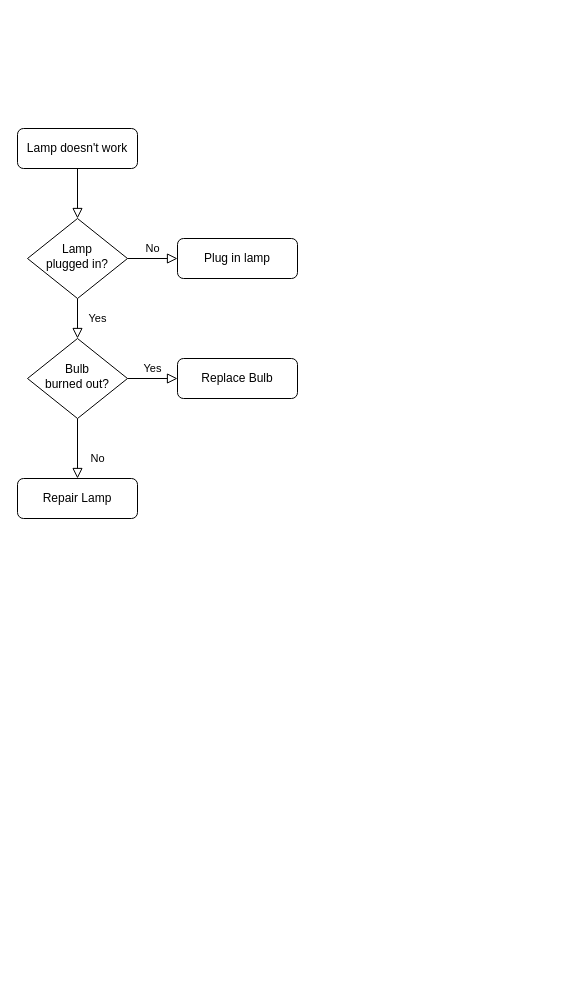
This is Documentos/Diagrama de flujo.drawio from restevez-git/ProyectoASIR, a draw.io file, before an edit. Source tidied: cells renumbered, new cells numbered last; positions are measured from the earlier drawing's top-left corner, leaving out a move shared by most shapes. Both pictures are drawn from the tidied source at 100%, with x=0, y=0 at pixel (17, 128).
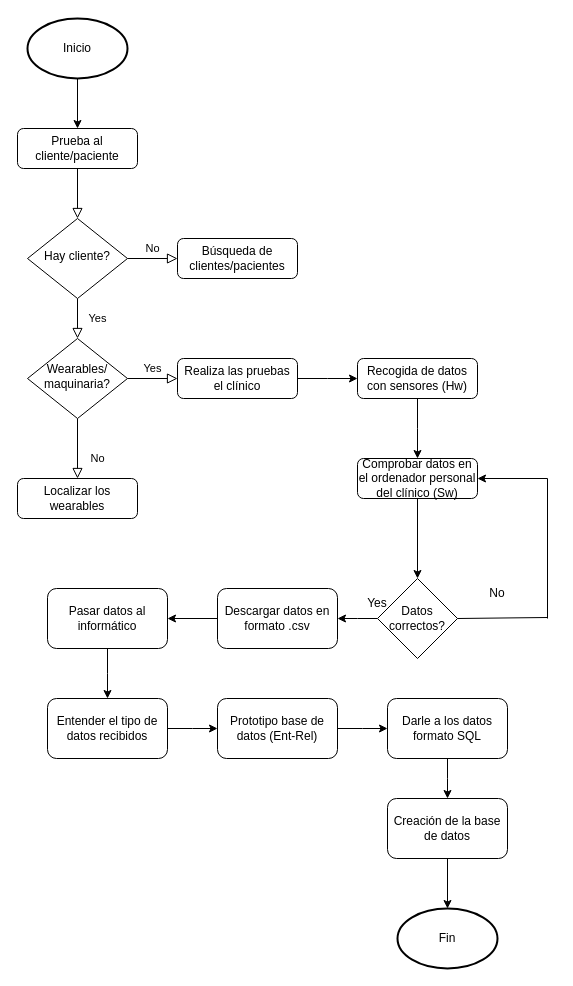
The same diagram, later.

Change to the diagram source:
```diff
@@
-    <mxCell id="3" value="Lamp doesn't work" style="rounded=1;whiteSpace=wrap;html=1;fontSize=12;glass=0;strokeWidth=1;shadow=0;" parent="1" vertex="1">
+    <mxCell id="3" value="Prueba al cliente/paciente" style="rounded=1;whiteSpace=wrap;html=1;fontSize=12;glass=0;strokeWidth=1;shadow=0;" parent="1" vertex="1">
       <mxGeometry width="120" height="40" as="geometry" />
     </mxCell>
@@
-    <mxCell id="6" value="Lamp&lt;br&gt;plugged in?" style="rhombus;whiteSpace=wrap;html=1;shadow=0;fontFamily=Helvetica;fontSize=12;align=center;strokeWidth=1;spacing=6;spacingTop=-4;" parent="1" vertex="1">
+    <mxCell id="6" value="Hay cliente?" style="rhombus;whiteSpace=wrap;html=1;shadow=0;fontFamily=Helvetica;fontSize=12;align=center;strokeWidth=1;spacing=6;spacingTop=-4;" parent="1" vertex="1">
       <mxGeometry x="10" y="90" width="100" height="80" as="geometry" />
     </mxCell>
-    <mxCell id="7" value="Plug in lamp" style="rounded=1;whiteSpace=wrap;html=1;fontSize=12;glass=0;strokeWidth=1;shadow=0;" parent="1" vertex="1">
+    <mxCell id="7" value="Búsqueda de clientes/pacientes" style="rounded=1;whiteSpace=wrap;html=1;fontSize=12;glass=0;strokeWidth=1;shadow=0;" parent="1" vertex="1">
       <mxGeometry x="160" y="110" width="120" height="40" as="geometry" />
     </mxCell>
@@
-    <mxCell id="10" value="Bulb&lt;br&gt;burned out?" style="rhombus;whiteSpace=wrap;html=1;shadow=0;fontFamily=Helvetica;fontSize=12;align=center;strokeWidth=1;spacing=6;spacingTop=-4;" parent="1" vertex="1">
+    <mxCell id="10" value="Wearables/&lt;br&gt;maquinaria?" style="rhombus;whiteSpace=wrap;html=1;shadow=0;fontFamily=Helvetica;fontSize=12;align=center;strokeWidth=1;spacing=6;spacingTop=-4;" parent="1" vertex="1">
       <mxGeometry x="10" y="210" width="100" height="80" as="geometry" />
     </mxCell>
-    <mxCell id="11" value="Repair Lamp" style="rounded=1;whiteSpace=wrap;html=1;fontSize=12;glass=0;strokeWidth=1;shadow=0;" parent="1" vertex="1">
+    <mxCell id="11" value="Localizar los wearables" style="rounded=1;whiteSpace=wrap;html=1;fontSize=12;glass=0;strokeWidth=1;shadow=0;" parent="1" vertex="1">
       <mxGeometry y="350" width="120" height="40" as="geometry" />
     </mxCell>
+    <mxCell id="13" style="edgeStyle=orthogonalEdgeStyle;rounded=0;jettySize=auto;html=1;" parent="1" edge="1" source="12">
+      <mxGeometry relative="1" as="geometry">
+        <mxPoint x="340" y="250" as="targetPoint" />
+      </mxGeometry>
+    </mxCell>
-    <mxCell id="12" value="Replace Bulb" style="rounded=1;whiteSpace=wrap;html=1;fontSize=12;glass=0;strokeWidth=1;shadow=0;" parent="1" vertex="1">
+    <mxCell id="12" value="Realiza las pruebas el clínico" style="rounded=1;whiteSpace=wrap;html=1;fontSize=12;glass=0;strokeWidth=1;shadow=0;" parent="1" vertex="1">
       <mxGeometry x="160" y="230" width="120" height="40" as="geometry" />
     </mxCell>
+    <mxCell id="14" style="edgeStyle=orthogonalEdgeStyle;rounded=0;jettySize=auto;html=1;" parent="1" edge="1" source="15" target="3">
+      <mxGeometry relative="1" as="geometry" />
+    </mxCell>
+    <mxCell id="15" value="Inicio" style="strokeWidth=2;html=1;shape=mxgraph.flowchart.start_1;whiteSpace=wrap;" parent="1" vertex="1">
+      <mxGeometry x="10" y="-110" width="100" height="60" as="geometry" />
+    </mxCell>
+    <mxCell id="16" style="edgeStyle=orthogonalEdgeStyle;rounded=0;jettySize=auto;html=1;" parent="1" edge="1" source="17">
+      <mxGeometry relative="1" as="geometry">
+        <mxPoint x="400" y="330" as="targetPoint" />
+      </mxGeometry>
+    </mxCell>
+    <mxCell id="17" value="Recogida de datos con sensores (Hw)" style="rounded=1;whiteSpace=wrap;html=1;fontSize=12;glass=0;strokeWidth=1;shadow=0;" parent="1" vertex="1">
+      <mxGeometry x="340" y="230" width="120" height="40" as="geometry" />
+    </mxCell>
+    <mxCell id="18" style="edgeStyle=orthogonalEdgeStyle;rounded=0;jettySize=auto;html=1;entryX=0.5;entryY=0;entryDx=0;entryDy=0;" parent="1" edge="1" source="19" target="21">
+      <mxGeometry relative="1" as="geometry" />
+    </mxCell>
+    <mxCell id="19" value="Comprobar datos en el ordenador personal del clínico (Sw)" style="rounded=1;whiteSpace=wrap;html=1;fontSize=12;glass=0;strokeWidth=1;shadow=0;" parent="1" vertex="1">
+      <mxGeometry x="340" y="330" width="120" height="40" as="geometry" />
+    </mxCell>
+    <mxCell id="20" style="edgeStyle=orthogonalEdgeStyle;rounded=0;jettySize=auto;html=1;" parent="1" edge="1" source="21">
+      <mxGeometry relative="1" as="geometry">
+        <mxPoint x="320" y="490" as="targetPoint" />
+      </mxGeometry>
+    </mxCell>
+    <mxCell id="21" value="Datos correctos?" style="rhombus;whiteSpace=wrap;html=1;" parent="1" vertex="1">
+      <mxGeometry x="360" y="450" width="80" height="80" as="geometry" />
+    </mxCell>
+    <mxCell id="22" style="edgeStyle=orthogonalEdgeStyle;rounded=0;jettySize=auto;html=1;" parent="1" edge="1" source="23">
+      <mxGeometry relative="1" as="geometry">
+        <mxPoint x="150" y="490" as="targetPoint" />
+      </mxGeometry>
+    </mxCell>
+    <mxCell id="23" value="Descargar datos en formato .csv" style="rounded=1;whiteSpace=wrap;html=1;" parent="1" vertex="1">
+      <mxGeometry x="200" y="460" width="120" height="60" as="geometry" />
+    </mxCell>
+    <mxCell id="24" value="Yes" style="text;html=1;strokeColor=none;fillColor=none;align=center;verticalAlign=middle;whiteSpace=wrap;rounded=0;" parent="1" vertex="1">
+      <mxGeometry x="330" y="460" width="60" height="30" as="geometry" />
+    </mxCell>
+    <mxCell id="25" style="endArrow=classic;html=1;rounded=0;entryX=1;entryY=0.5;entryDx=0;entryDy=0;" parent="1" edge="1" target="19">
+      <mxGeometry relative="1" as="geometry">
+        <mxPoint x="530" y="350" as="sourcePoint" />
+      </mxGeometry>
+    </mxCell>
+    <mxCell id="26" style="endArrow=none;html=1;rounded=0;exitX=1;exitY=0.5;exitDx=0;exitDy=0;" parent="1" edge="1" source="21">
+      <mxGeometry relative="1" as="geometry">
+        <mxPoint x="530" y="489" as="targetPoint" />
+      </mxGeometry>
+    </mxCell>
+    <mxCell id="27" style="endArrow=none;html=1;rounded=0;" parent="1" edge="1">
+      <mxGeometry relative="1" as="geometry">
+        <mxPoint x="530" y="490" as="sourcePoint" />
+        <mxPoint x="530" y="350" as="targetPoint" />
+      </mxGeometry>
+    </mxCell>
+    <mxCell id="28" value="No" style="text;html=1;strokeColor=none;fillColor=none;align=center;verticalAlign=middle;whiteSpace=wrap;rounded=0;" parent="1" vertex="1">
+      <mxGeometry x="450" y="450" width="60" height="30" as="geometry" />
+    </mxCell>
+    <mxCell id="29" style="edgeStyle=orthogonalEdgeStyle;rounded=0;jettySize=auto;html=1;" parent="1" edge="1" source="30">
+      <mxGeometry relative="1" as="geometry">
+        <mxPoint x="90" y="570" as="targetPoint" />
+      </mxGeometry>
+    </mxCell>
+    <mxCell id="30" value="Pasar datos al informático" style="rounded=1;whiteSpace=wrap;html=1;" parent="1" vertex="1">
+      <mxGeometry x="30" y="460" width="120" height="60" as="geometry" />
+    </mxCell>
+    <mxCell id="31" style="edgeStyle=orthogonalEdgeStyle;rounded=0;jettySize=auto;html=1;" parent="1" edge="1" source="32">
+      <mxGeometry relative="1" as="geometry">
+        <mxPoint x="200" y="600" as="targetPoint" />
+      </mxGeometry>
+    </mxCell>
+    <mxCell id="32" value="Entender el tipo de datos recibidos" style="rounded=1;whiteSpace=wrap;html=1;" parent="1" vertex="1">
+      <mxGeometry x="30" y="570" width="120" height="60" as="geometry" />
+    </mxCell>
+    <mxCell id="33" style="edgeStyle=orthogonalEdgeStyle;rounded=0;jettySize=auto;html=1;" parent="1" edge="1" source="34">
+      <mxGeometry relative="1" as="geometry">
+        <mxPoint x="370" y="600" as="targetPoint" />
+      </mxGeometry>
+    </mxCell>
+    <mxCell id="34" value="Prototipo base de datos (Ent-Rel)" style="rounded=1;whiteSpace=wrap;html=1;" parent="1" vertex="1">
+      <mxGeometry x="200" y="570" width="120" height="60" as="geometry" />
+    </mxCell>
+    <mxCell id="35" style="edgeStyle=orthogonalEdgeStyle;rounded=0;jettySize=auto;html=1;" parent="1" edge="1" source="36">
+      <mxGeometry relative="1" as="geometry">
+        <mxPoint x="430" y="670" as="targetPoint" />
+      </mxGeometry>
+    </mxCell>
+    <mxCell id="36" value="Darle a los datos formato SQL" style="rounded=1;whiteSpace=wrap;html=1;" parent="1" vertex="1">
+      <mxGeometry x="370" y="570" width="120" height="60" as="geometry" />
+    </mxCell>
+    <mxCell id="37" style="edgeStyle=orthogonalEdgeStyle;rounded=0;jettySize=auto;html=1;" parent="1" edge="1" source="38" target="39">
+      <mxGeometry relative="1" as="geometry" />
+    </mxCell>
+    <mxCell id="38" value="Creación de la base de datos" style="rounded=1;whiteSpace=wrap;html=1;" parent="1" vertex="1">
+      <mxGeometry x="370" y="670" width="120" height="60" as="geometry" />
+    </mxCell>
+    <mxCell id="39" value="Fin" style="strokeWidth=2;html=1;shape=mxgraph.flowchart.start_1;whiteSpace=wrap;" parent="1" vertex="1">
+      <mxGeometry x="380" y="780" width="100" height="60" as="geometry" />
+    </mxCell>
```
